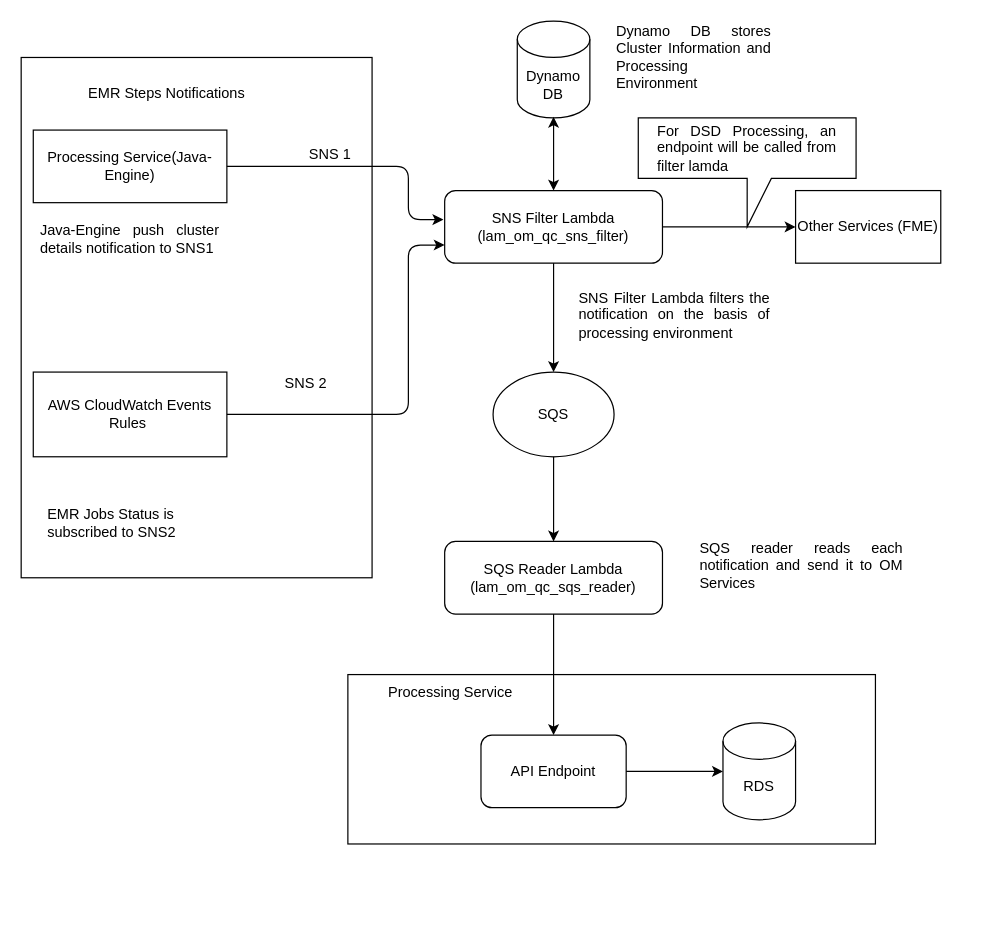
The draw.io diagram images/Untitled Diagram.drawio in LamaBimal/word-count-site, before the edit. Source tidied: cells renumbered, new cells numbered last; positions are measured from the earlier drawing's top-left corner, leaving out a move shared by most shapes. Both pictures are drawn from the tidied source at 121%, with x=0, y=0 at pixel (21, 21).
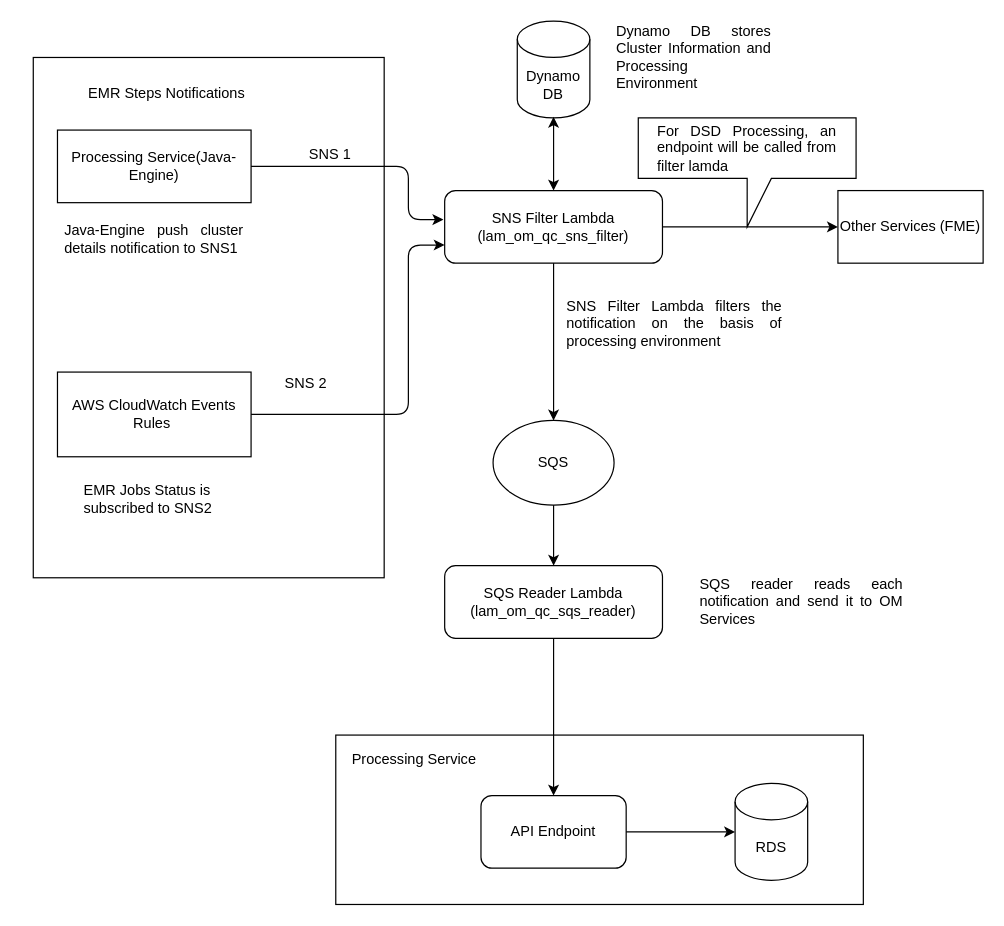
The same page after the edit.

The change refers to these unchanged cells:
```xml
<mxCell id="7" value="SNS Filter Lambda (lam_om_qc_sns_filter)" style="rounded=1;whiteSpace=wrap;html=1;" parent="1" vertex="1">
  <mxGeometry x="350" y="140" width="180" height="60" as="geometry" />
</mxCell>
```

What changed in the source:
```diff
@@
     <mxCell id="3" style="rounded=0;whiteSpace=wrap;html=1;" parent="1" vertex="1">
-      <mxGeometry x="270" y="540" width="436" height="140" as="geometry" />
+      <mxGeometry x="260" y="590" width="436" height="140" as="geometry" />
     </mxCell>
     <mxCell id="4" style="rounded=0;whiteSpace=wrap;html=1;" parent="1" vertex="1">
-      <mxGeometry y="30" width="290" height="430" as="geometry" />
+      <mxGeometry x="10" y="30" width="290" height="430" as="geometry" />
     </mxCell>
     <mxCell id="5" value="AWS CloudWatch Events Rules&amp;nbsp;" style="rounded=0;whiteSpace=wrap;html=1;" parent="1" vertex="1">
-      <mxGeometry x="10" y="290" width="160" height="70" as="geometry" />
+      <mxGeometry x="30" y="290" width="160" height="70" as="geometry" />
     </mxCell>
@@
     <mxCell id="9" value="SQS" style="ellipse;whiteSpace=wrap;html=1;" parent="1" vertex="1">
-      <mxGeometry x="390" y="290" width="100" height="70" as="geometry" />
+      <mxGeometry x="390" y="330" width="100" height="70" as="geometry" />
     </mxCell>
@@
     <mxCell id="11" value="SQS Reader Lambda (lam_om_qc_sqs_reader)" style="rounded=1;whiteSpace=wrap;html=1;" parent="1" vertex="1">
-      <mxGeometry x="350" y="430" width="180" height="60" as="geometry" />
+      <mxGeometry x="350" y="450" width="180" height="60" as="geometry" />
     </mxCell>
-    <mxCell id="12" style="endArrow=classic;html=1;exitX=0.5;exitY=1;exitDx=0;exitDy=0;" parent="1" edge="1" source="11">
-      <mxGeometry relative="1" as="geometry">
-        <mxPoint x="440" y="590" as="targetPoint" />
-      </mxGeometry>
+    <mxCell id="12" style="endArrow=classic;html=1;exitX=0.5;exitY=1;exitDx=0;exitDy=0;" parent="1" edge="1" source="11" target="13">
+      <mxGeometry relative="1" as="geometry" />
     </mxCell>
     <mxCell id="13" value="API Endpoint" style="rounded=1;whiteSpace=wrap;html=1;" parent="1" vertex="1">
-      <mxGeometry x="380" y="590" width="120" height="60" as="geometry" />
+      <mxGeometry x="380" y="640" width="120" height="60" as="geometry" />
     </mxCell>
     <mxCell id="14" value="Processing Service(Java-Engine)" style="rounded=0;whiteSpace=wrap;html=1;" parent="1" vertex="1">
-      <mxGeometry x="10" y="90" width="160" height="60" as="geometry" />
+      <mxGeometry x="30" y="90" width="160" height="60" as="geometry" />
     </mxCell>
@@
     <mxCell id="20" value="RDS" style="shape=cylinder3;whiteSpace=wrap;html=1;boundedLbl=1;backgroundOutline=1;size=15;" parent="1" vertex="1">
-      <mxGeometry x="580" y="580" width="60" height="80" as="geometry" />
+      <mxGeometry x="590" y="630" width="60" height="80" as="geometry" />
     </mxCell>
@@
     <mxCell id="22" value="Processing Service" style="text;html=1;strokeColor=none;fillColor=none;align=center;verticalAlign=middle;whiteSpace=wrap;rounded=0;" parent="1" vertex="1">
-      <mxGeometry x="300" y="545" width="110" height="20" as="geometry" />
+      <mxGeometry x="270" y="600" width="110" height="20" as="geometry" />
     </mxCell>
-    <mxCell id="23" style="endArrow=classic;html=1;exitX=1;exitY=0.5;exitDx=0;exitDy=0;" parent="1" edge="1" source="7">
-      <mxGeometry relative="1" as="geometry">
-        <mxPoint x="640" y="170" as="targetPoint" />
-      </mxGeometry>
+    <mxCell id="23" style="endArrow=classic;html=1;exitX=1;exitY=0.5;exitDx=0;exitDy=0;entryX=0;entryY=0.5;entryDx=0;entryDy=0;" parent="1" edge="1" source="7" target="24">
+      <mxGeometry relative="1" as="geometry" />
     </mxCell>
     <mxCell id="24" value="Other Services (FME)" style="rounded=0;whiteSpace=wrap;html=1;" parent="1" vertex="1">
-      <mxGeometry x="640" y="140" width="120" height="60" as="geometry" />
+      <mxGeometry x="675" y="140" width="120" height="60" as="geometry" />
     </mxCell>
@@
     <mxCell id="27" value="&lt;div style=&quot;text-align: justify&quot;&gt;&lt;span&gt;Java-Engine push cluster details notification to SNS1&lt;/span&gt;&lt;/div&gt;" style="text;html=1;strokeColor=none;fillColor=none;align=center;verticalAlign=middle;whiteSpace=wrap;rounded=0;" parent="1" vertex="1">
-      <mxGeometry x="15" y="170" width="150" height="20" as="geometry" />
+      <mxGeometry x="35" y="170" width="150" height="20" as="geometry" />
     </mxCell>
     <mxCell id="28" value="&lt;div&gt;&lt;span&gt;EMR Jobs Status is subscribed to SNS2&lt;/span&gt;&lt;/div&gt;" style="text;html=1;strokeColor=none;fillColor=none;align=left;verticalAlign=middle;whiteSpace=wrap;rounded=0;" parent="1" vertex="1">
-      <mxGeometry x="20" y="390" width="140" height="50" as="geometry" />
+      <mxGeometry x="50" y="370" width="140" height="50" as="geometry" />
     </mxCell>
@@
     <mxCell id="30" value="&lt;div style=&quot;text-align: justify&quot;&gt;&lt;span&gt;SNS Filter Lambda filters the notification on the basis of processing environment&lt;/span&gt;&lt;/div&gt;" style="text;html=1;strokeColor=none;fillColor=none;align=center;verticalAlign=middle;whiteSpace=wrap;rounded=0;" parent="1" vertex="1">
-      <mxGeometry x="460" y="222.5" width="160" height="40" as="geometry" />
+      <mxGeometry x="450" y="230" width="180" height="40" as="geometry" />
     </mxCell>
@@
     <mxCell id="32" value="&lt;div style=&quot;text-align: justify&quot;&gt;&lt;span&gt;SQS reader reads each notification and send it to OM Services&lt;/span&gt;&lt;/div&gt;" style="text;html=1;strokeColor=none;fillColor=none;align=center;verticalAlign=middle;whiteSpace=wrap;rounded=0;" parent="1" vertex="1">
-      <mxGeometry x="560" y="440" width="170" height="20" as="geometry" />
+      <mxGeometry x="560" y="470" width="170" height="20" as="geometry" />
     </mxCell>
```
